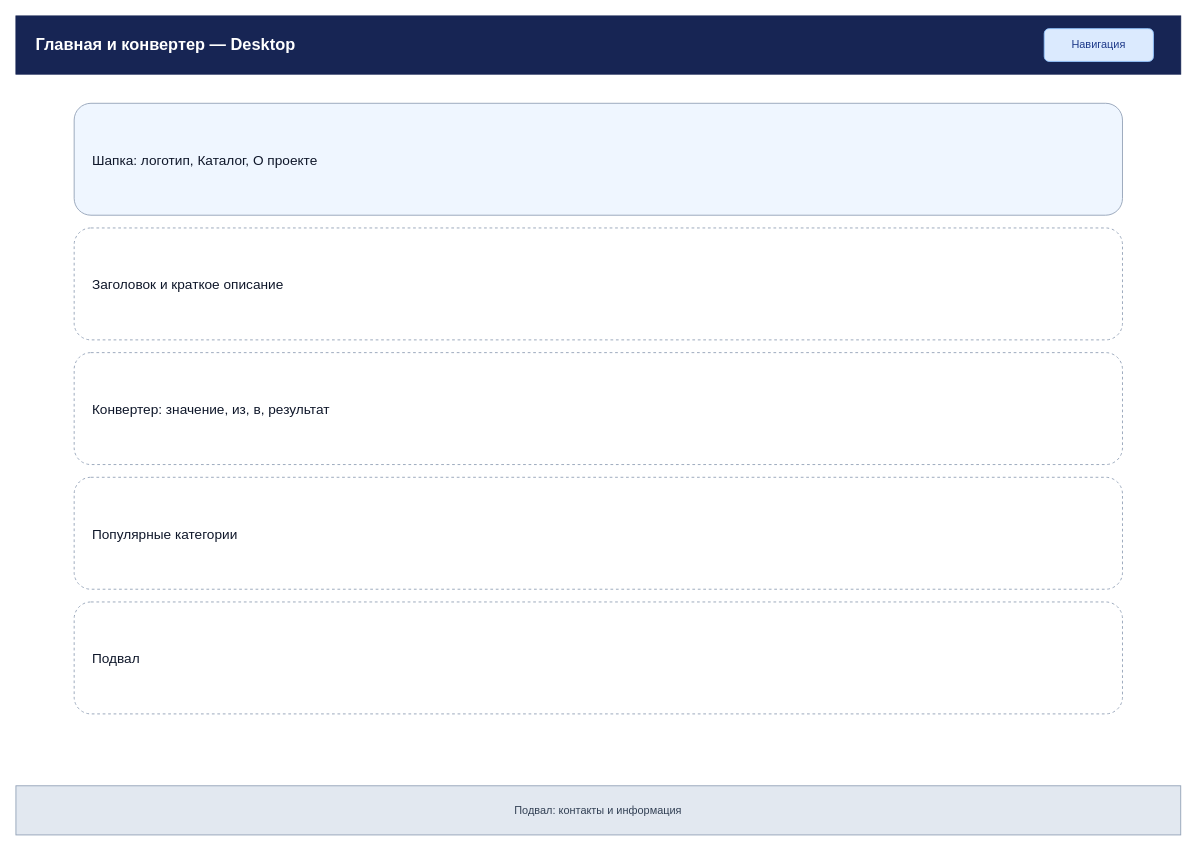
The draw.io diagram page "Главная и конвертер — Desktop" (3 of 9) of design/prototypes.drawio in Anatoly-Sobolev/web, before the edit. Source tidied: cells renumbered, new cells numbered last; positions are measured from the earlier drawing's top-left corner, leaving out a move shared by most shapes. Both pictures are drawn from the tidied source at 91%, with x=0, y=0 at pixel (15, 15).
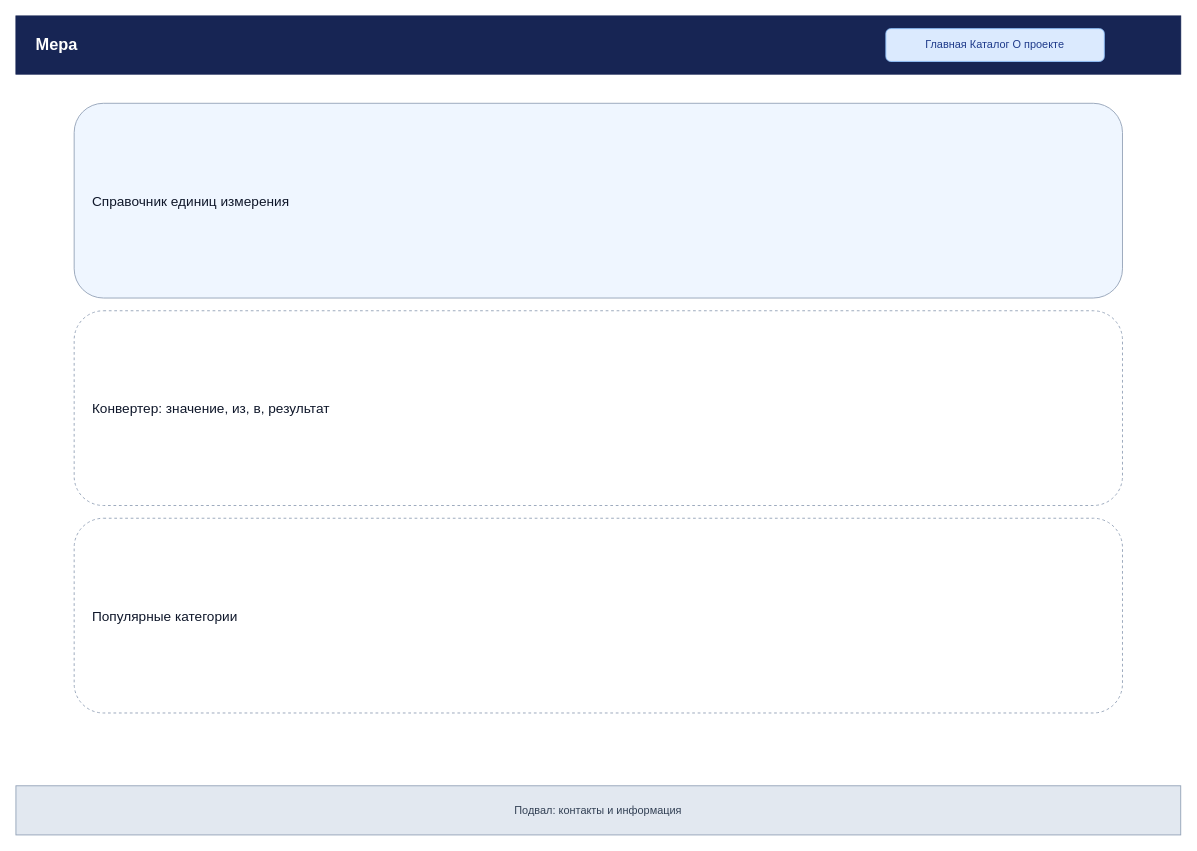
The same page after the edit.

Diff of the diagram source:
```diff
@@
 <mxGraphModel>
   <root>
     <mxCell id="0" />
     <mxCell id="1" parent="0" />
-    <mxCell id="2" value="Главная и конвертер — Desktop" style="rounded=0;whiteSpace=wrap;html=1;fillColor=#172554;fontColor=#ffffff;strokeColor=#172554;fontSize=18;fontStyle=1;align=left;spacingLeft=20;" parent="1" vertex="1">
+    <mxCell id="2" value="Мера" style="rounded=0;whiteSpace=wrap;html=1;fillColor=#172554;fontColor=#ffffff;strokeColor=#172554;fontSize=18;fontStyle=1;align=left;spacingLeft=20;" parent="1" vertex="1">
       <mxGeometry width="1280" height="64" as="geometry" />
     </mxCell>
-    <mxCell id="3" value="Навигация" style="rounded=1;whiteSpace=wrap;html=1;fillColor=#dbeafe;strokeColor=#93c5fd;fontColor=#1e3a8a;fontSize=12;" parent="1" vertex="1">
-      <mxGeometry x="1130" y="14" width="120" height="36" as="geometry" />
+    <mxCell id="3" value="Главная   Каталог   О проекте" style="rounded=1;whiteSpace=wrap;html=1;fillColor=#dbeafe;strokeColor=#93c5fd;fontColor=#1e3a8a;fontSize=12;" parent="1" vertex="1">
+      <mxGeometry x="956" y="14" width="240" height="36" as="geometry" />
     </mxCell>
-    <mxCell id="4" value="Шапка: логотип, Каталог, О проекте" style="rounded=1;whiteSpace=wrap;html=1;fillColor=#eff6ff;strokeColor=#94a3b8;fontColor=#0f172a;fontSize=15;align=left;verticalAlign=middle;spacingLeft=18;dashed=0;" parent="1" vertex="1">
-      <mxGeometry x="64" y="96" width="1152" height="123" as="geometry" />
+    <mxCell id="4" value="Справочник единиц измерения" style="rounded=1;whiteSpace=wrap;html=1;fillColor=#eff6ff;strokeColor=#94a3b8;fontColor=#0f172a;fontSize=15;align=left;verticalAlign=middle;spacingLeft=18;dashed=0;" parent="1" vertex="1">
+      <mxGeometry x="64" y="96" width="1152" height="214" as="geometry" />
     </mxCell>
-    <mxCell id="5" value="Заголовок и краткое описание" style="rounded=1;whiteSpace=wrap;html=1;fillColor=#ffffff;strokeColor=#94a3b8;fontColor=#0f172a;fontSize=15;align=left;verticalAlign=middle;spacingLeft=18;dashed=1;" parent="1" vertex="1">
-      <mxGeometry x="64" y="233" width="1152" height="123" as="geometry" />
+    <mxCell id="5" value="Конвертер: значение, из, в, результат" style="rounded=1;whiteSpace=wrap;html=1;fillColor=#ffffff;strokeColor=#94a3b8;fontColor=#0f172a;fontSize=15;align=left;verticalAlign=middle;spacingLeft=18;dashed=1;" parent="1" vertex="1">
+      <mxGeometry x="64" y="324" width="1152" height="214" as="geometry" />
     </mxCell>
-    <mxCell id="6" value="Конвертер: значение, из, в, результат" style="rounded=1;whiteSpace=wrap;html=1;fillColor=#ffffff;strokeColor=#94a3b8;fontColor=#0f172a;fontSize=15;align=left;verticalAlign=middle;spacingLeft=18;dashed=1;" parent="1" vertex="1">
-      <mxGeometry x="64" y="370" width="1152" height="123" as="geometry" />
+    <mxCell id="6" value="Популярные категории" style="rounded=1;whiteSpace=wrap;html=1;fillColor=#ffffff;strokeColor=#94a3b8;fontColor=#0f172a;fontSize=15;align=left;verticalAlign=middle;spacingLeft=18;dashed=1;" parent="1" vertex="1">
+      <mxGeometry x="64" y="552" width="1152" height="214" as="geometry" />
     </mxCell>
-    <mxCell id="7" value="Популярные категории" style="rounded=1;whiteSpace=wrap;html=1;fillColor=#ffffff;strokeColor=#94a3b8;fontColor=#0f172a;fontSize=15;align=left;verticalAlign=middle;spacingLeft=18;dashed=1;" parent="1" vertex="1">
-      <mxGeometry x="64" y="507" width="1152" height="123" as="geometry" />
+    <mxCell id="7" value="Подвал: контакты и информация" style="rounded=0;whiteSpace=wrap;html=1;fillColor=#e2e8f0;strokeColor=#94a3b8;fontColor=#334155;fontSize=12;" parent="1" vertex="1">
+      <mxGeometry y="846" width="1280" height="54" as="geometry" />
     </mxCell>
-    <mxCell id="8" value="Подвал" style="rounded=1;whiteSpace=wrap;html=1;fillColor=#ffffff;strokeColor=#94a3b8;fontColor=#0f172a;fontSize=15;align=left;verticalAlign=middle;spacingLeft=18;dashed=1;" parent="1" vertex="1">
-      <mxGeometry x="64" y="644" width="1152" height="123" as="geometry" />
-    </mxCell>
-    <mxCell id="9" value="Подвал: контакты и информация" style="rounded=0;whiteSpace=wrap;html=1;fillColor=#e2e8f0;strokeColor=#94a3b8;fontColor=#334155;fontSize=12;" parent="1" vertex="1">
-      <mxGeometry y="846" width="1280" height="54" as="geometry" />
-    </mxCell>
   </root>
 </mxGraphModel>
```
